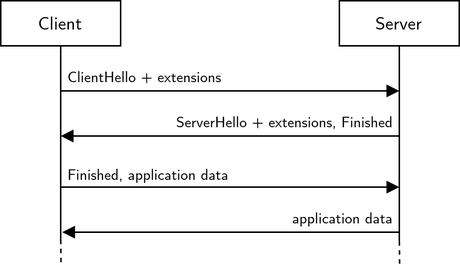
This is report/images/tls-handshake.png from tedski999/dissertation, a draw.io export, as it was before one commit. Source tidied: cells renumbered, new cells last; positions are measured from the earlier drawing's top-left corner, leaving out a move shared by most shapes. Source of this version:
```xml
<mxGraphModel>
  <root>
    <mxCell id="0" />
    <mxCell id="1" parent="0" />
    <mxCell id="2" style="endArrow=none;html=1;rounded=0;entryX=0.5;entryY=1;entryDx=0;entryDy=0;strokeColor=#000000;dashed=1;fontFamily=Computer Modern;fontSource=http%3A%2F%2Fmirrors.ctan.org%2Ffonts%2Fcm-unicode%2Ffonts%2Fotf%2Fcmunss.otf;" parent="1" edge="1">
      <mxGeometry relative="1" as="geometry">
        <mxPoint x="266.2" y="175" as="sourcePoint" />
        <mxPoint x="266" y="155" as="targetPoint" />
      </mxGeometry>
    </mxCell>
    <mxCell id="3" style="endArrow=none;html=1;rounded=0;entryX=0.5;entryY=1;entryDx=0;entryDy=0;strokeColor=#000000;dashed=1;fontFamily=Computer Modern;fontSource=http%3A%2F%2Fmirrors.ctan.org%2Ffonts%2Fcm-unicode%2Ffonts%2Fotf%2Fcmunss.otf;" parent="1" edge="1">
      <mxGeometry relative="1" as="geometry">
        <mxPoint x="40.2" y="174" as="sourcePoint" />
        <mxPoint x="40" y="154" as="targetPoint" />
      </mxGeometry>
    </mxCell>
    <mxCell id="4" value="Client" style="rounded=0;whiteSpace=wrap;html=1;fontFamily=Computer Modern;fontSource=http%3A%2F%2Fmirrors.ctan.org%2Ffonts%2Fcm-unicode%2Ffonts%2Fotf%2Fcmunss.otf;" parent="1" vertex="1">
      <mxGeometry width="80" height="30" as="geometry" />
    </mxCell>
    <mxCell id="5" value="Server" style="rounded=0;whiteSpace=wrap;html=1;fontFamily=Computer Modern;fontSource=http%3A%2F%2Fmirrors.ctan.org%2Ffonts%2Fcm-unicode%2Ffonts%2Fotf%2Fcmunss.otf;" parent="1" vertex="1">
      <mxGeometry x="226" width="80" height="30" as="geometry" />
    </mxCell>
    <mxCell id="6" style="endArrow=none;html=1;rounded=0;strokeColor=#000000;fontFamily=Computer Modern;fontSource=http%3A%2F%2Fmirrors.ctan.org%2Ffonts%2Fcm-unicode%2Ffonts%2Fotf%2Fcmunss.otf;" parent="1" edge="1">
      <mxGeometry relative="1" as="geometry">
        <mxPoint x="40" y="160" as="sourcePoint" />
        <mxPoint x="40" y="30" as="targetPoint" />
      </mxGeometry>
    </mxCell>
    <mxCell id="7" style="endArrow=none;html=1;rounded=0;strokeColor=#000000;fontFamily=Computer Modern;fontSource=http%3A%2F%2Fmirrors.ctan.org%2Ffonts%2Fcm-unicode%2Ffonts%2Fotf%2Fcmunss.otf;" parent="1" edge="1">
      <mxGeometry relative="1" as="geometry">
        <mxPoint x="266" y="160" as="sourcePoint" />
        <mxPoint x="266" y="30" as="targetPoint" />
      </mxGeometry>
    </mxCell>
    <mxCell id="8" style="endArrow=block;html=1;rounded=0;strokeWidth=1;endFill=1;fontFamily=Computer Modern;fontSource=http%3A%2F%2Fmirrors.ctan.org%2Ffonts%2Fcm-unicode%2Ffonts%2Fotf%2Fcmunss.otf;" parent="1" edge="1">
      <mxGeometry relative="1" as="geometry">
        <mxPoint x="40" y="60" as="sourcePoint" />
        <mxPoint x="266" y="60" as="targetPoint" />
      </mxGeometry>
    </mxCell>
    <mxCell id="9" value="&lt;div style=&quot;font-size: 10px;&quot;&gt;ClientHello + extensions&lt;br style=&quot;font-size: 10px;&quot;&gt;&lt;/div&gt;" style="text;html=1;align=left;verticalAlign=middle;strokeColor=none;fillColor=none;fontSize=10;fontFamily=Computer Modern;fontSource=http%3A%2F%2Fmirrors.ctan.org%2Ffonts%2Fcm-unicode%2Ffonts%2Fotf%2Fcmunss.otf;" parent="1" vertex="1">
      <mxGeometry x="43" y="36" width="130" height="30" as="geometry" />
    </mxCell>
    <mxCell id="10" style="endArrow=none;html=1;rounded=0;strokeWidth=1;endFill=0;startArrow=block;startFill=1;fontFamily=Computer Modern;fontSource=http%3A%2F%2Fmirrors.ctan.org%2Ffonts%2Fcm-unicode%2Ffonts%2Fotf%2Fcmunss.otf;" parent="1" edge="1">
      <mxGeometry relative="1" as="geometry">
        <mxPoint x="40" y="90" as="sourcePoint" />
        <mxPoint x="266" y="90" as="targetPoint" />
      </mxGeometry>
    </mxCell>
    <mxCell id="11" value="&lt;div style=&quot;font-size: 10px;&quot;&gt;&lt;font style=&quot;font-size: 10px;&quot;&gt;ServerHello + extensions, Finished&lt;br style=&quot;font-size: 10px;&quot;&gt;&lt;/font&gt;&lt;/div&gt;" style="text;html=1;align=right;verticalAlign=middle;strokeColor=none;fillColor=none;fontSize=10;fontFamily=Computer Modern;fontSource=http%3A%2F%2Fmirrors.ctan.org%2Ffonts%2Fcm-unicode%2Ffonts%2Fotf%2Fcmunss.otf;" parent="1" vertex="1">
      <mxGeometry x="93" y="66" width="170" height="30" as="geometry" />
    </mxCell>
    <mxCell id="12" style="endArrow=block;html=1;rounded=0;strokeWidth=1;endFill=1;fontFamily=Computer Modern;fontSource=http%3A%2F%2Fmirrors.ctan.org%2Ffonts%2Fcm-unicode%2Ffonts%2Fotf%2Fcmunss.otf;" parent="1" edge="1">
      <mxGeometry relative="1" as="geometry">
        <mxPoint x="40" y="124" as="sourcePoint" />
        <mxPoint x="266" y="124" as="targetPoint" />
      </mxGeometry>
    </mxCell>
    <mxCell id="13" value="&lt;div style=&quot;font-size: 10px;&quot;&gt;Finished, application data&lt;br style=&quot;font-size: 10px;&quot;&gt;&lt;/div&gt;" style="text;html=1;align=left;verticalAlign=middle;strokeColor=none;fillColor=none;fontSize=10;fontFamily=Computer Modern;fontSource=http%3A%2F%2Fmirrors.ctan.org%2Ffonts%2Fcm-unicode%2Ffonts%2Fotf%2Fcmunss.otf;" parent="1" vertex="1">
      <mxGeometry x="43" y="101" width="130" height="30" as="geometry" />
    </mxCell>
    <mxCell id="14" style="endArrow=none;html=1;rounded=0;strokeWidth=1;endFill=0;startArrow=block;startFill=1;fontFamily=Computer Modern;fontSource=http%3A%2F%2Fmirrors.ctan.org%2Ffonts%2Fcm-unicode%2Ffonts%2Fotf%2Fcmunss.otf;" parent="1" edge="1">
      <mxGeometry relative="1" as="geometry">
        <mxPoint x="41" y="154" as="sourcePoint" />
        <mxPoint x="266" y="154" as="targetPoint" />
      </mxGeometry>
    </mxCell>
    <mxCell id="15" value="application data" style="text;html=1;align=right;verticalAlign=middle;strokeColor=none;fillColor=none;fontSize=10;fontFamily=Computer Modern;fontSource=http%3A%2F%2Fmirrors.ctan.org%2Ffonts%2Fcm-unicode%2Ffonts%2Fotf%2Fcmunss.otf;" parent="1" vertex="1">
      <mxGeometry x="173" y="130" width="90" height="30" as="geometry" />
    </mxCell>
  </root>
</mxGraphModel>
```
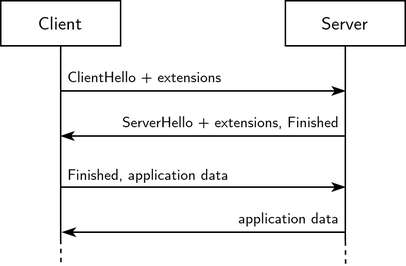
After the change.

Diff of the diagram source:
```diff
@@ -10,20 +10,20 @@
     </mxCell>
     <mxCell id="3" style="endArrow=none;html=1;rounded=0;entryX=0.5;entryY=1;entryDx=0;entryDy=0;strokeColor=#000000;dashed=1;fontFamily=Computer Modern;fontSource=http%3A%2F%2Fmirrors.ctan.org%2Ffonts%2Fcm-unicode%2Ffonts%2Fotf%2Fcmunss.otf;" parent="1" edge="1">
       <mxGeometry relative="1" as="geometry">
-        <mxPoint x="40.2" y="174" as="sourcePoint" />
-        <mxPoint x="40" y="154" as="targetPoint" />
+        <mxPoint x="76.2" y="174" as="sourcePoint" />
+        <mxPoint x="76" y="154" as="targetPoint" />
       </mxGeometry>
     </mxCell>
     <mxCell id="4" value="Client" style="rounded=0;whiteSpace=wrap;html=1;fontFamily=Computer Modern;fontSource=http%3A%2F%2Fmirrors.ctan.org%2Ffonts%2Fcm-unicode%2Ffonts%2Fotf%2Fcmunss.otf;" parent="1" vertex="1">
-      <mxGeometry width="80" height="30" as="geometry" />
+      <mxGeometry x="36" width="80" height="30" as="geometry" />
     </mxCell>
     <mxCell id="5" value="Server" style="rounded=0;whiteSpace=wrap;html=1;fontFamily=Computer Modern;fontSource=http%3A%2F%2Fmirrors.ctan.org%2Ffonts%2Fcm-unicode%2Ffonts%2Fotf%2Fcmunss.otf;" parent="1" vertex="1">
       <mxGeometry x="226" width="80" height="30" as="geometry" />
     </mxCell>
     <mxCell id="6" style="endArrow=none;html=1;rounded=0;strokeColor=#000000;fontFamily=Computer Modern;fontSource=http%3A%2F%2Fmirrors.ctan.org%2Ffonts%2Fcm-unicode%2Ffonts%2Fotf%2Fcmunss.otf;" parent="1" edge="1">
       <mxGeometry relative="1" as="geometry">
-        <mxPoint x="40" y="160" as="sourcePoint" />
-        <mxPoint x="40" y="30" as="targetPoint" />
+        <mxPoint x="76" y="160" as="sourcePoint" />
+        <mxPoint x="76" y="30" as="targetPoint" />
       </mxGeometry>
     </mxCell>
     <mxCell id="7" style="endArrow=none;html=1;rounded=0;strokeColor=#000000;fontFamily=Computer Modern;fontSource=http%3A%2F%2Fmirrors.ctan.org%2Ffonts%2Fcm-unicode%2Ffonts%2Fotf%2Fcmunss.otf;" parent="1" edge="1">
@@ -32,36 +32,36 @@
         <mxPoint x="266" y="30" as="targetPoint" />
       </mxGeometry>
     </mxCell>
-    <mxCell id="8" style="endArrow=block;html=1;rounded=0;strokeWidth=1;endFill=1;fontFamily=Computer Modern;fontSource=http%3A%2F%2Fmirrors.ctan.org%2Ffonts%2Fcm-unicode%2Ffonts%2Fotf%2Fcmunss.otf;" parent="1" edge="1">
+    <mxCell id="8" style="endArrow=classicThin;html=1;rounded=0;strokeWidth=1;endFill=1;fontFamily=Computer Modern;fontSource=http%3A%2F%2Fmirrors.ctan.org%2Ffonts%2Fcm-unicode%2Ffonts%2Fotf%2Fcmunss.otf;" parent="1" edge="1">
       <mxGeometry relative="1" as="geometry">
-        <mxPoint x="40" y="60" as="sourcePoint" />
+        <mxPoint x="76" y="60" as="sourcePoint" />
         <mxPoint x="266" y="60" as="targetPoint" />
       </mxGeometry>
     </mxCell>
     <mxCell id="9" value="&lt;div style=&quot;font-size: 10px;&quot;&gt;ClientHello + extensions&lt;br style=&quot;font-size: 10px;&quot;&gt;&lt;/div&gt;" style="text;html=1;align=left;verticalAlign=middle;strokeColor=none;fillColor=none;fontSize=10;fontFamily=Computer Modern;fontSource=http%3A%2F%2Fmirrors.ctan.org%2Ffonts%2Fcm-unicode%2Ffonts%2Fotf%2Fcmunss.otf;" parent="1" vertex="1">
-      <mxGeometry x="43" y="36" width="130" height="30" as="geometry" />
+      <mxGeometry x="79" y="36" width="130" height="30" as="geometry" />
     </mxCell>
-    <mxCell id="10" style="endArrow=none;html=1;rounded=0;strokeWidth=1;endFill=0;startArrow=block;startFill=1;fontFamily=Computer Modern;fontSource=http%3A%2F%2Fmirrors.ctan.org%2Ffonts%2Fcm-unicode%2Ffonts%2Fotf%2Fcmunss.otf;" parent="1" edge="1">
+    <mxCell id="10" style="endArrow=none;html=1;rounded=0;strokeWidth=1;endFill=0;startArrow=classicThin;startFill=1;fontFamily=Computer Modern;fontSource=http%3A%2F%2Fmirrors.ctan.org%2Ffonts%2Fcm-unicode%2Ffonts%2Fotf%2Fcmunss.otf;" parent="1" edge="1">
       <mxGeometry relative="1" as="geometry">
-        <mxPoint x="40" y="90" as="sourcePoint" />
+        <mxPoint x="76" y="90" as="sourcePoint" />
         <mxPoint x="266" y="90" as="targetPoint" />
       </mxGeometry>
     </mxCell>
     <mxCell id="11" value="&lt;div style=&quot;font-size: 10px;&quot;&gt;&lt;font style=&quot;font-size: 10px;&quot;&gt;ServerHello + extensions, Finished&lt;br style=&quot;font-size: 10px;&quot;&gt;&lt;/font&gt;&lt;/div&gt;" style="text;html=1;align=right;verticalAlign=middle;strokeColor=none;fillColor=none;fontSize=10;fontFamily=Computer Modern;fontSource=http%3A%2F%2Fmirrors.ctan.org%2Ffonts%2Fcm-unicode%2Ffonts%2Fotf%2Fcmunss.otf;" parent="1" vertex="1">
       <mxGeometry x="93" y="66" width="170" height="30" as="geometry" />
     </mxCell>
-    <mxCell id="12" style="endArrow=block;html=1;rounded=0;strokeWidth=1;endFill=1;fontFamily=Computer Modern;fontSource=http%3A%2F%2Fmirrors.ctan.org%2Ffonts%2Fcm-unicode%2Ffonts%2Fotf%2Fcmunss.otf;" parent="1" edge="1">
+    <mxCell id="12" style="endArrow=classicThin;html=1;rounded=0;strokeWidth=1;endFill=1;fontFamily=Computer Modern;fontSource=http%3A%2F%2Fmirrors.ctan.org%2Ffonts%2Fcm-unicode%2Ffonts%2Fotf%2Fcmunss.otf;" parent="1" edge="1">
       <mxGeometry relative="1" as="geometry">
-        <mxPoint x="40" y="124" as="sourcePoint" />
+        <mxPoint x="76" y="124" as="sourcePoint" />
         <mxPoint x="266" y="124" as="targetPoint" />
       </mxGeometry>
     </mxCell>
     <mxCell id="13" value="&lt;div style=&quot;font-size: 10px;&quot;&gt;Finished, application data&lt;br style=&quot;font-size: 10px;&quot;&gt;&lt;/div&gt;" style="text;html=1;align=left;verticalAlign=middle;strokeColor=none;fillColor=none;fontSize=10;fontFamily=Computer Modern;fontSource=http%3A%2F%2Fmirrors.ctan.org%2Ffonts%2Fcm-unicode%2Ffonts%2Fotf%2Fcmunss.otf;" parent="1" vertex="1">
-      <mxGeometry x="43" y="101" width="130" height="30" as="geometry" />
+      <mxGeometry x="79" y="101" width="130" height="30" as="geometry" />
     </mxCell>
-    <mxCell id="14" style="endArrow=none;html=1;rounded=0;strokeWidth=1;endFill=0;startArrow=block;startFill=1;fontFamily=Computer Modern;fontSource=http%3A%2F%2Fmirrors.ctan.org%2Ffonts%2Fcm-unicode%2Ffonts%2Fotf%2Fcmunss.otf;" parent="1" edge="1">
+    <mxCell id="14" style="endArrow=none;html=1;rounded=0;strokeWidth=1;endFill=0;startArrow=classicThin;startFill=1;fontFamily=Computer Modern;fontSource=http%3A%2F%2Fmirrors.ctan.org%2Ffonts%2Fcm-unicode%2Ffonts%2Fotf%2Fcmunss.otf;" parent="1" edge="1">
       <mxGeometry relative="1" as="geometry">
-        <mxPoint x="41" y="154" as="sourcePoint" />
+        <mxPoint x="77" y="154" as="sourcePoint" />
         <mxPoint x="266" y="154" as="targetPoint" />
       </mxGeometry>
     </mxCell>
```
